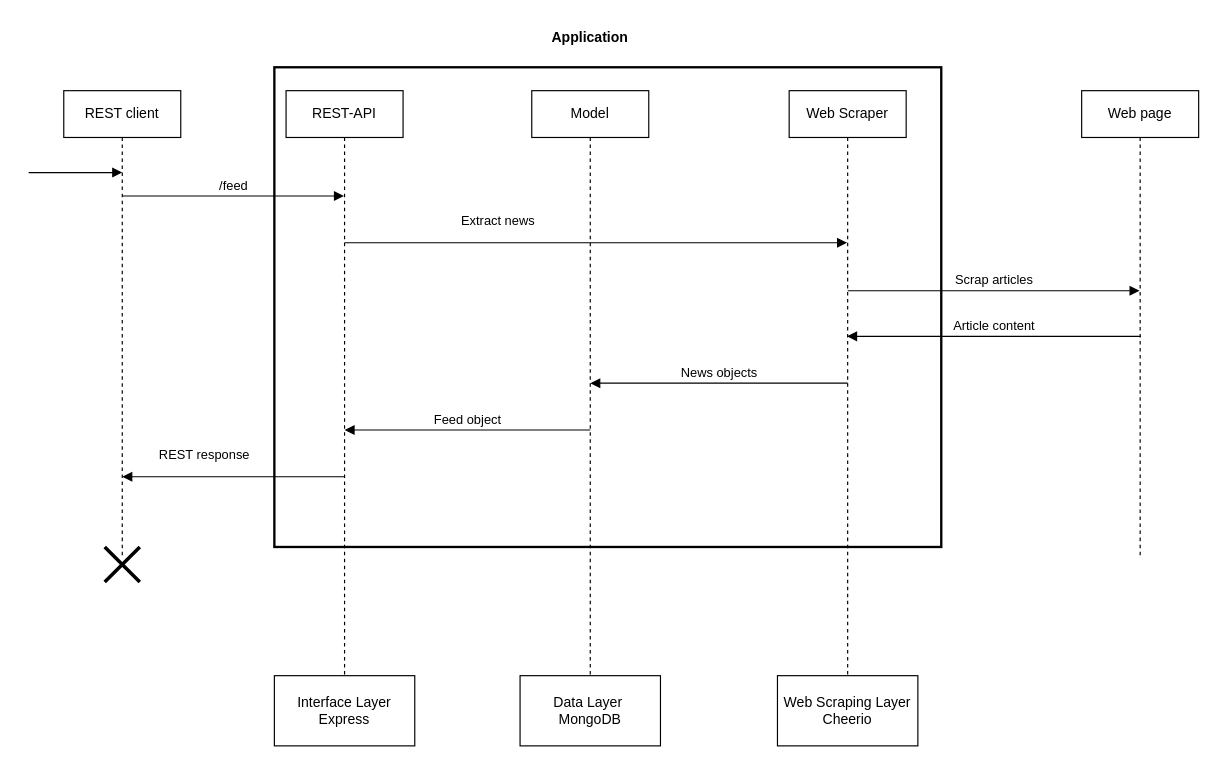
eliastrenardgith/demo-daily-trends keeps this draw.io diagram as design/app-architecture.drawio. Above is the earlier version. Source tidied: cells renumbered, new cells numbered last; positions are measured from the earlier drawing's top-left corner, leaving out a move shared by most shapes. Both pictures are drawn from the tidied source at 117%, with x=0, y=0 at pixel (28, 20).
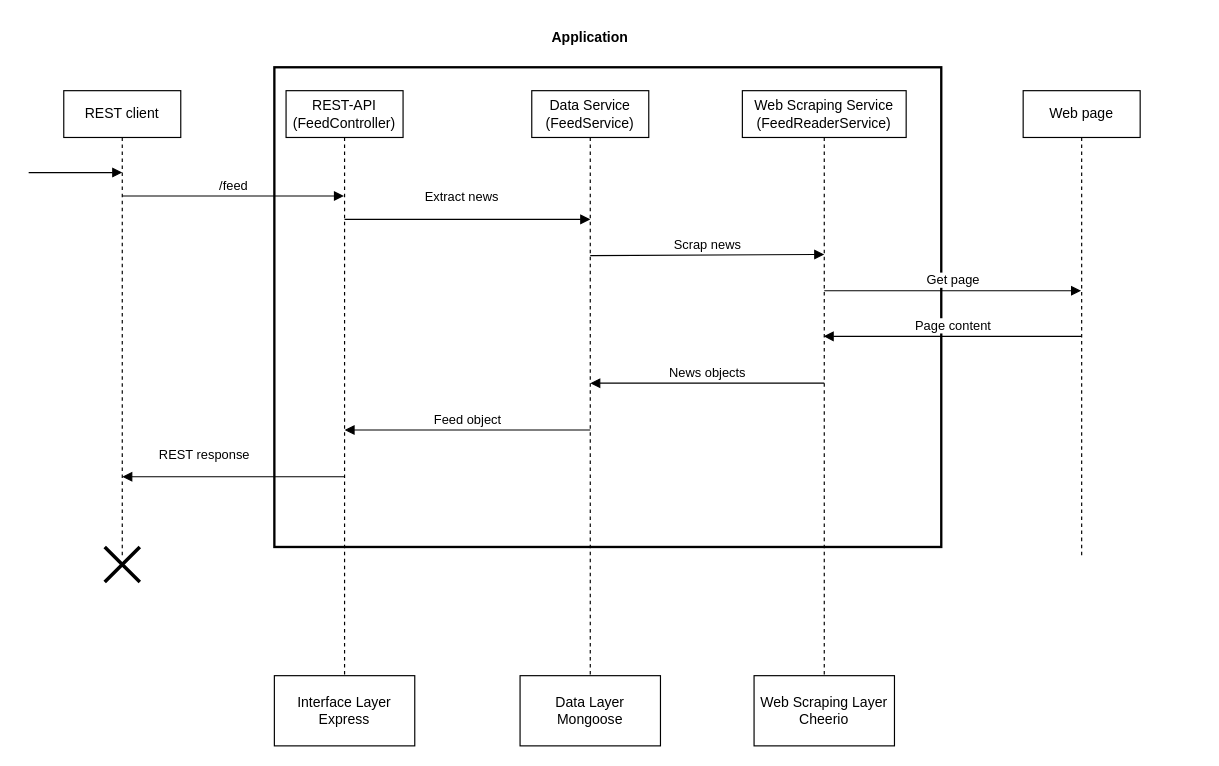
After the change.

Commit message (it also covers changes not shown here):
Update | Improved diagram.

Change to the diagram source:
```diff
@@
+    <mxCell id="19" style="rounded=0;whiteSpace=wrap;html=1;fillColor=none;strokeWidth=2;" parent="1" vertex="1">
+      <mxGeometry x="210" y="40" width="570" height="410" as="geometry" />
+    </mxCell>
@@
-    <mxCell id="3" value="REST-API" style="shape=umlLifeline;perimeter=lifelinePerimeter;whiteSpace=wrap;html=1;outlineConnect=0;portConstraint=eastwest;newEdgeStyle={&quot;curved&quot;:0,&quot;rounded&quot;:0};" parent="1" vertex="1">
+    <mxCell id="3" value="REST-API&lt;div&gt;(FeedController)&lt;/div&gt;" style="shape=umlLifeline;perimeter=lifelinePerimeter;whiteSpace=wrap;html=1;outlineConnect=0;portConstraint=eastwest;newEdgeStyle={&quot;curved&quot;:0,&quot;rounded&quot;:0};" parent="1" vertex="1">
       <mxGeometry x="220" y="60" width="100" height="500" as="geometry" />
     </mxCell>
-    <mxCell id="4" value="Model" style="shape=umlLifeline;perimeter=lifelinePerimeter;whiteSpace=wrap;html=1;newEdgeStyle={&quot;curved&quot;:0,&quot;rounded&quot;:0};" parent="1" vertex="1">
+    <mxCell id="4" value="Data Service (FeedService)" style="shape=umlLifeline;perimeter=lifelinePerimeter;whiteSpace=wrap;html=1;newEdgeStyle={&quot;curved&quot;:0,&quot;rounded&quot;:0};" parent="1" vertex="1">
       <mxGeometry x="430" y="60" width="100" height="500" as="geometry" />
     </mxCell>
-    <mxCell id="5" value="Web Scraper" style="shape=umlLifeline;perimeter=lifelinePerimeter;whiteSpace=wrap;html=1;outlineConnect=0;portConstraint=eastwest;newEdgeStyle={&quot;curved&quot;:0,&quot;rounded&quot;:0};" parent="1" vertex="1">
-      <mxGeometry x="650" y="60" width="100" height="500" as="geometry" />
+    <mxCell id="5" value="Web Scraping Service (FeedReaderService)" style="shape=umlLifeline;perimeter=lifelinePerimeter;whiteSpace=wrap;html=1;outlineConnect=0;portConstraint=eastwest;newEdgeStyle={&quot;curved&quot;:0,&quot;rounded&quot;:0};" parent="1" vertex="1">
+      <mxGeometry x="610" y="60" width="140" height="500" as="geometry" />
     </mxCell>
     <mxCell id="6" value="Web page" style="shape=umlLifeline;perimeter=lifelinePerimeter;whiteSpace=wrap;html=1;outlineConnect=0;portConstraint=eastwest;newEdgeStyle={&quot;curved&quot;:0,&quot;rounded&quot;:0};" parent="1" vertex="1">
-      <mxGeometry x="900" y="60" width="100" height="400" as="geometry" />
+      <mxGeometry x="850" y="60" width="100" height="400" as="geometry" />
     </mxCell>
@@
-    <mxCell id="9" value="Extract news" style="html=1;verticalAlign=bottom;endArrow=block;curved=0;rounded=0;" parent="1" edge="1" target="5">
-      <mxGeometry x="-0.39" y="10" relative="1" as="geometry">
-        <mxPoint x="270" y="190" as="sourcePoint" />
+    <mxCell id="9" value="Extract news" style="html=1;verticalAlign=bottom;endArrow=block;curved=0;rounded=0;" parent="1" edge="1">
+      <mxGeometry x="-0.05" y="10" relative="1" as="geometry">
+        <mxPoint x="270" y="170" as="sourcePoint" />
+        <mxPoint x="480" y="170" as="targetPoint" />
       </mxGeometry>
     </mxCell>
-    <mxCell id="10" value="Scrap articles" style="html=1;verticalAlign=bottom;endArrow=block;curved=0;rounded=0;" parent="1" edge="1">
+    <mxCell id="10" value="Get page" style="html=1;verticalAlign=bottom;endArrow=block;curved=0;rounded=0;" parent="1" edge="1" target="6">
       <mxGeometry relative="1" as="geometry">
-        <mxPoint x="700" y="231" as="sourcePoint" />
-        <mxPoint x="949.5" y="231" as="targetPoint" />
+        <mxPoint x="680" y="231" as="sourcePoint" />
       </mxGeometry>
     </mxCell>
-    <mxCell id="11" value="Article content" style="html=1;verticalAlign=bottom;endArrow=block;curved=0;rounded=0;" parent="1" edge="1" target="5">
+    <mxCell id="11" value="Page content" style="html=1;verticalAlign=bottom;endArrow=block;curved=0;rounded=0;" parent="1" edge="1" target="5">
       <mxGeometry relative="1" as="geometry">
-        <mxPoint x="950.5" y="270" as="sourcePoint" />
+        <mxPoint x="900" y="270" as="sourcePoint" />
       </mxGeometry>
     </mxCell>
     <mxCell id="12" value="News objects" style="html=1;verticalAlign=bottom;endArrow=block;curved=0;rounded=0;" parent="1" edge="1">
       <mxGeometry relative="1" as="geometry">
-        <mxPoint x="700" y="310" as="sourcePoint" />
+        <mxPoint x="680" y="310" as="sourcePoint" />
         <mxPoint x="480" y="310" as="targetPoint" />
       </mxGeometry>
     </mxCell>
@@
-    <mxCell id="17" value="Data Layer&amp;nbsp; MongoDB" style="rounded=0;whiteSpace=wrap;html=1;" parent="1" vertex="1">
+    <mxCell id="17" value="Data Layer Mongoose" style="rounded=0;whiteSpace=wrap;html=1;" parent="1" vertex="1">
       <mxGeometry x="420" y="560" width="120" height="60" as="geometry" />
     </mxCell>
     <mxCell id="18" value="Web Scraping Layer Cheerio" style="rounded=0;whiteSpace=wrap;html=1;" parent="1" vertex="1">
-      <mxGeometry x="640" y="560" width="120" height="60" as="geometry" />
+      <mxGeometry x="620" y="560" width="120" height="60" as="geometry" />
     </mxCell>
-    <mxCell id="19" style="rounded=0;whiteSpace=wrap;html=1;fillColor=none;strokeWidth=2;" parent="1" vertex="1">
-      <mxGeometry x="210" y="40" width="570" height="410" as="geometry" />
-    </mxCell>
@@
+    <mxCell id="21" value="Scrap news" style="html=1;verticalAlign=bottom;endArrow=block;curved=0;rounded=0;" parent="1" edge="1">
+      <mxGeometry relative="1" as="geometry">
+        <mxPoint x="480" y="201" as="sourcePoint" />
+        <mxPoint x="680" y="200" as="targetPoint" />
+      </mxGeometry>
+    </mxCell>
```
